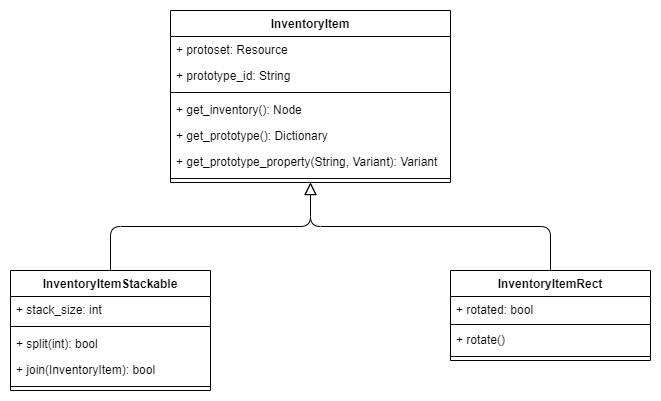
peter-kish/gloot keeps this draw.io diagram as images/cd_inventory_item.png. Above is the earlier version. Source tidied: cells renumbered, new cells last; positions are measured from the earlier drawing's top-left corner, leaving out a move shared by most shapes.
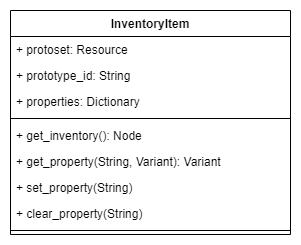
The same file after the commit.

The edit, as a diff of the source:
```diff
@@ -3,7 +3,7 @@
     <mxCell id="0" />
     <mxCell id="1" parent="0" />
     <mxCell id="2" value="InventoryItem" style="swimlane;fontStyle=1;align=center;verticalAlign=top;horizontal=1;startSize=26;shadow=0;strokeWidth=1;" parent="1" vertex="1">
-      <mxGeometry x="160" width="280" height="172" as="geometry" />
+      <mxGeometry x="160" width="280" height="224" as="geometry" />
     </mxCell>
     <mxCell id="3" value="+ protoset: Resource" style="text;strokeColor=none;fillColor=none;align=left;verticalAlign=top;spacingLeft=4;spacingRight=4;overflow=hidden;" parent="2" vertex="1">
       <mxGeometry y="26" width="280" height="26" as="geometry" />
@@ -11,59 +11,26 @@
     <mxCell id="4" value="+ prototype_id: String" style="text;align=left;verticalAlign=top;spacingLeft=4;spacingRight=4;overflow=hidden;" parent="2" vertex="1">
       <mxGeometry y="52" width="280" height="26" as="geometry" />
     </mxCell>
-    <mxCell id="5" style="line;html=1;strokeWidth=1;align=left;verticalAlign=middle;spacingTop=-1;spacingLeft=3;spacingRight=3;labelPosition=right;" parent="2" vertex="1">
-      <mxGeometry y="78" width="280" height="8" as="geometry" />
+    <mxCell id="5" value="+ properties: Dictionary" style="text;strokeColor=none;fillColor=none;align=left;verticalAlign=top;spacingLeft=4;spacingRight=4;overflow=hidden;" parent="2" vertex="1">
+      <mxGeometry y="78" width="280" height="26" as="geometry" />
     </mxCell>
-    <mxCell id="6" value="+ get_inventory(): Node" style="text;strokeColor=none;fillColor=none;align=left;verticalAlign=top;spacingLeft=4;spacingRight=4;overflow=hidden;" parent="2" vertex="1">
-      <mxGeometry y="86" width="280" height="26" as="geometry" />
+    <mxCell id="6" style="line;html=1;strokeWidth=1;align=left;verticalAlign=middle;spacingTop=-1;spacingLeft=3;spacingRight=3;labelPosition=right;" parent="2" vertex="1">
+      <mxGeometry y="104" width="280" height="8" as="geometry" />
     </mxCell>
-    <mxCell id="7" value="+ get_prototype(): Dictionary" style="text;strokeColor=none;fillColor=none;align=left;verticalAlign=top;spacingLeft=4;spacingRight=4;overflow=hidden;" parent="2" vertex="1">
+    <mxCell id="7" value="+ get_inventory(): Node" style="text;strokeColor=none;fillColor=none;align=left;verticalAlign=top;spacingLeft=4;spacingRight=4;overflow=hidden;" parent="2" vertex="1">
       <mxGeometry y="112" width="280" height="26" as="geometry" />
     </mxCell>
-    <mxCell id="8" value="+ get_prototype_property(String, Variant): Variant" style="text;strokeColor=none;fillColor=none;align=left;verticalAlign=top;spacingLeft=4;spacingRight=4;overflow=hidden;" parent="2" vertex="1">
+    <mxCell id="8" value="+ get_property(String, Variant): Variant" style="text;strokeColor=none;fillColor=none;align=left;verticalAlign=top;spacingLeft=4;spacingRight=4;overflow=hidden;" parent="2" vertex="1">
       <mxGeometry y="138" width="280" height="26" as="geometry" />
     </mxCell>
-    <mxCell id="9" style="line;strokeWidth=1;fillColor=none;align=left;verticalAlign=middle;spacingTop=-1;spacingLeft=3;spacingRight=3;labelPosition=right;" parent="2" vertex="1">
-      <mxGeometry y="164" width="280" height="8" as="geometry" />
+    <mxCell id="9" value="+ set_property(String)" style="text;strokeColor=none;fillColor=none;align=left;verticalAlign=top;spacingLeft=4;spacingRight=4;overflow=hidden;" parent="2" vertex="1">
+      <mxGeometry y="164" width="280" height="26" as="geometry" />
     </mxCell>
-    <mxCell id="10" value="InventoryItemStackable" style="swimlane;fontStyle=1;align=center;verticalAlign=top;horizontal=1;startSize=26;shadow=0;strokeWidth=1;" parent="1" vertex="1">
-      <mxGeometry y="260" width="200" height="120" as="geometry" />
+    <mxCell id="10" value="+ clear_property(String)" style="text;strokeColor=none;fillColor=none;align=left;verticalAlign=top;spacingLeft=4;spacingRight=4;overflow=hidden;points=[[0,0.5],[1,0.5]];portConstraint=eastwest;" parent="2" vertex="1">
+      <mxGeometry y="190" width="280" height="26" as="geometry" />
     </mxCell>
-    <mxCell id="11" value="+ stack_size: int" style="text;align=left;verticalAlign=top;spacingLeft=4;spacingRight=4;overflow=hidden;" parent="10" vertex="1">
-      <mxGeometry y="26" width="200" height="26" as="geometry" />
+    <mxCell id="11" style="line;strokeWidth=1;fillColor=none;align=left;verticalAlign=middle;spacingTop=-1;spacingLeft=3;spacingRight=3;labelPosition=right;" parent="2" vertex="1">
+      <mxGeometry y="216" width="280" height="8" as="geometry" />
     </mxCell>
-    <mxCell id="12" style="line;html=1;strokeWidth=1;align=left;verticalAlign=middle;spacingTop=-1;spacingLeft=3;spacingRight=3;labelPosition=right;" parent="10" vertex="1">
-      <mxGeometry y="52" width="200" height="8" as="geometry" />
-    </mxCell>
-    <mxCell id="13" value="+ split(int): bool" style="text;align=left;verticalAlign=top;spacingLeft=4;spacingRight=4;overflow=hidden;fontStyle=0;" parent="10" vertex="1">
-      <mxGeometry y="60" width="200" height="26" as="geometry" />
-    </mxCell>
-    <mxCell id="14" value="+ join(InventoryItem): bool" style="text;strokeColor=none;fillColor=none;align=left;verticalAlign=top;spacingLeft=4;spacingRight=4;overflow=hidden;" parent="10" vertex="1">
-      <mxGeometry y="86" width="200" height="26" as="geometry" />
-    </mxCell>
-    <mxCell id="15" style="line;strokeWidth=1;fillColor=none;align=left;verticalAlign=middle;spacingTop=-1;spacingLeft=3;spacingRight=3;labelPosition=right;" parent="10" vertex="1">
-      <mxGeometry y="112" width="200" height="8" as="geometry" />
-    </mxCell>
-    <mxCell id="16" style="endArrow=block;endSize=10;endFill=0;shadow=0;strokeWidth=1;edgeStyle=elbowEdgeStyle;elbow=vertical;" parent="1" edge="1" source="10" target="2">
-      <mxGeometry relative="1" as="geometry" />
-    </mxCell>
-    <mxCell id="17" value="InventoryItemRect" style="swimlane;fontStyle=1;align=center;verticalAlign=top;horizontal=1;startSize=26;shadow=0;strokeWidth=1;" parent="1" vertex="1">
-      <mxGeometry x="440" y="260" width="200" height="90" as="geometry" />
-    </mxCell>
-    <mxCell id="18" value="+ rotated: bool" style="text;strokeColor=none;fillColor=none;align=left;verticalAlign=top;spacingLeft=4;spacingRight=4;overflow=hidden;" parent="17" vertex="1">
-      <mxGeometry y="26" width="200" height="26" as="geometry" />
-    </mxCell>
-    <mxCell id="19" style="line;html=1;strokeWidth=1;align=left;verticalAlign=middle;spacingTop=-1;spacingLeft=3;spacingRight=3;labelPosition=right;" parent="17" vertex="1">
-      <mxGeometry y="52" width="200" height="4" as="geometry" />
-    </mxCell>
-    <mxCell id="20" value="+ rotate() " style="text;strokeColor=none;fillColor=none;align=left;verticalAlign=top;spacingLeft=4;spacingRight=4;overflow=hidden;" parent="17" vertex="1">
-      <mxGeometry y="56" width="200" height="26" as="geometry" />
-    </mxCell>
-    <mxCell id="21" style="line;strokeWidth=1;fillColor=none;align=left;verticalAlign=middle;spacingTop=-1;spacingLeft=3;spacingRight=3;labelPosition=right;" parent="17" vertex="1">
-      <mxGeometry y="82" width="200" height="8" as="geometry" />
-    </mxCell>
-    <mxCell id="22" style="endArrow=block;endSize=10;endFill=0;shadow=0;strokeWidth=1;edgeStyle=elbowEdgeStyle;elbow=vertical;" parent="1" edge="1" source="17" target="2">
-      <mxGeometry relative="1" as="geometry" />
-    </mxCell>
   </root>
 </mxGraphModel>
```
